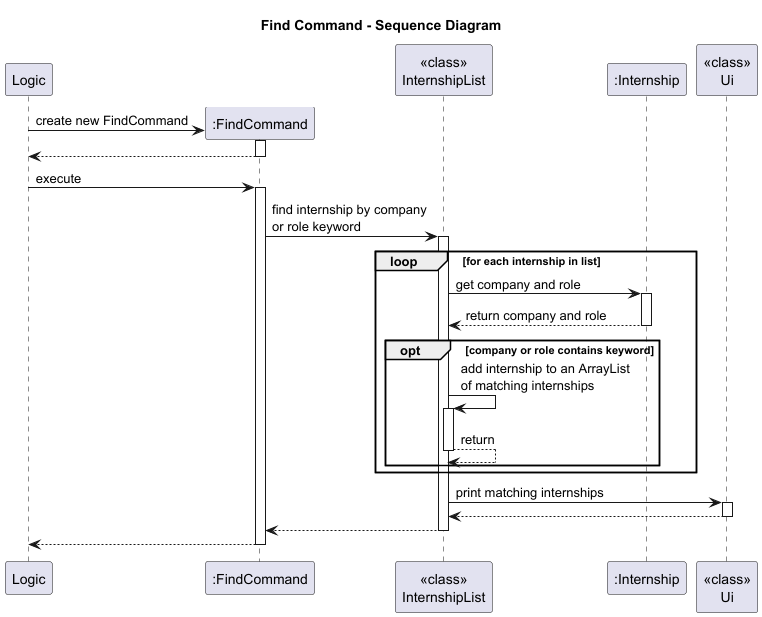
This is docs/diagrams/FindCommandSD.png from AY2526S1-CS2113-W14-4/tp, a PlantUML export, as it was before one commit.
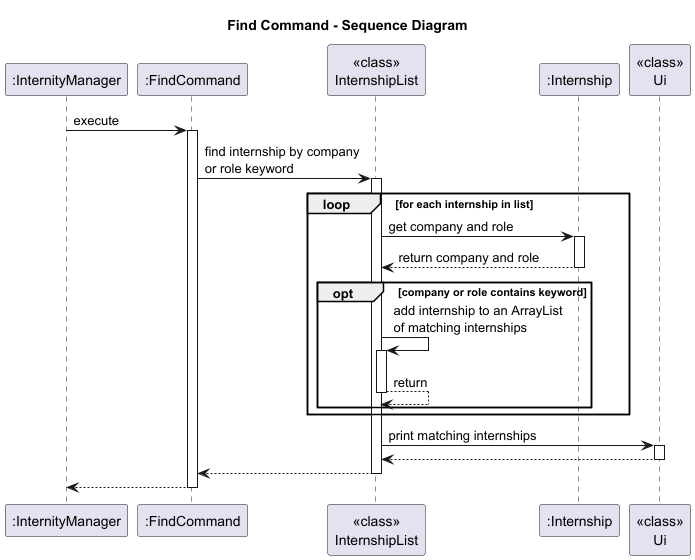
The same diagram one commit later.

The edit, as a diff of the source:
```diff
@@ -1,15 +1,12 @@
 @startuml
 title Find Command - Sequence Diagram
 
-participant Logic
+participant ":InternityManager" as Logic
 participant ":FindCommand" as FC
 participant "<<class>>\nInternshipList" as IL
 participant ":Internship" as IN
 participant "<<class>>\nUi" as Ui
 
-Logic -> FC**: create new FindCommand
-activate FC
-return
 
 Logic -> FC: execute
 activate FC
```
